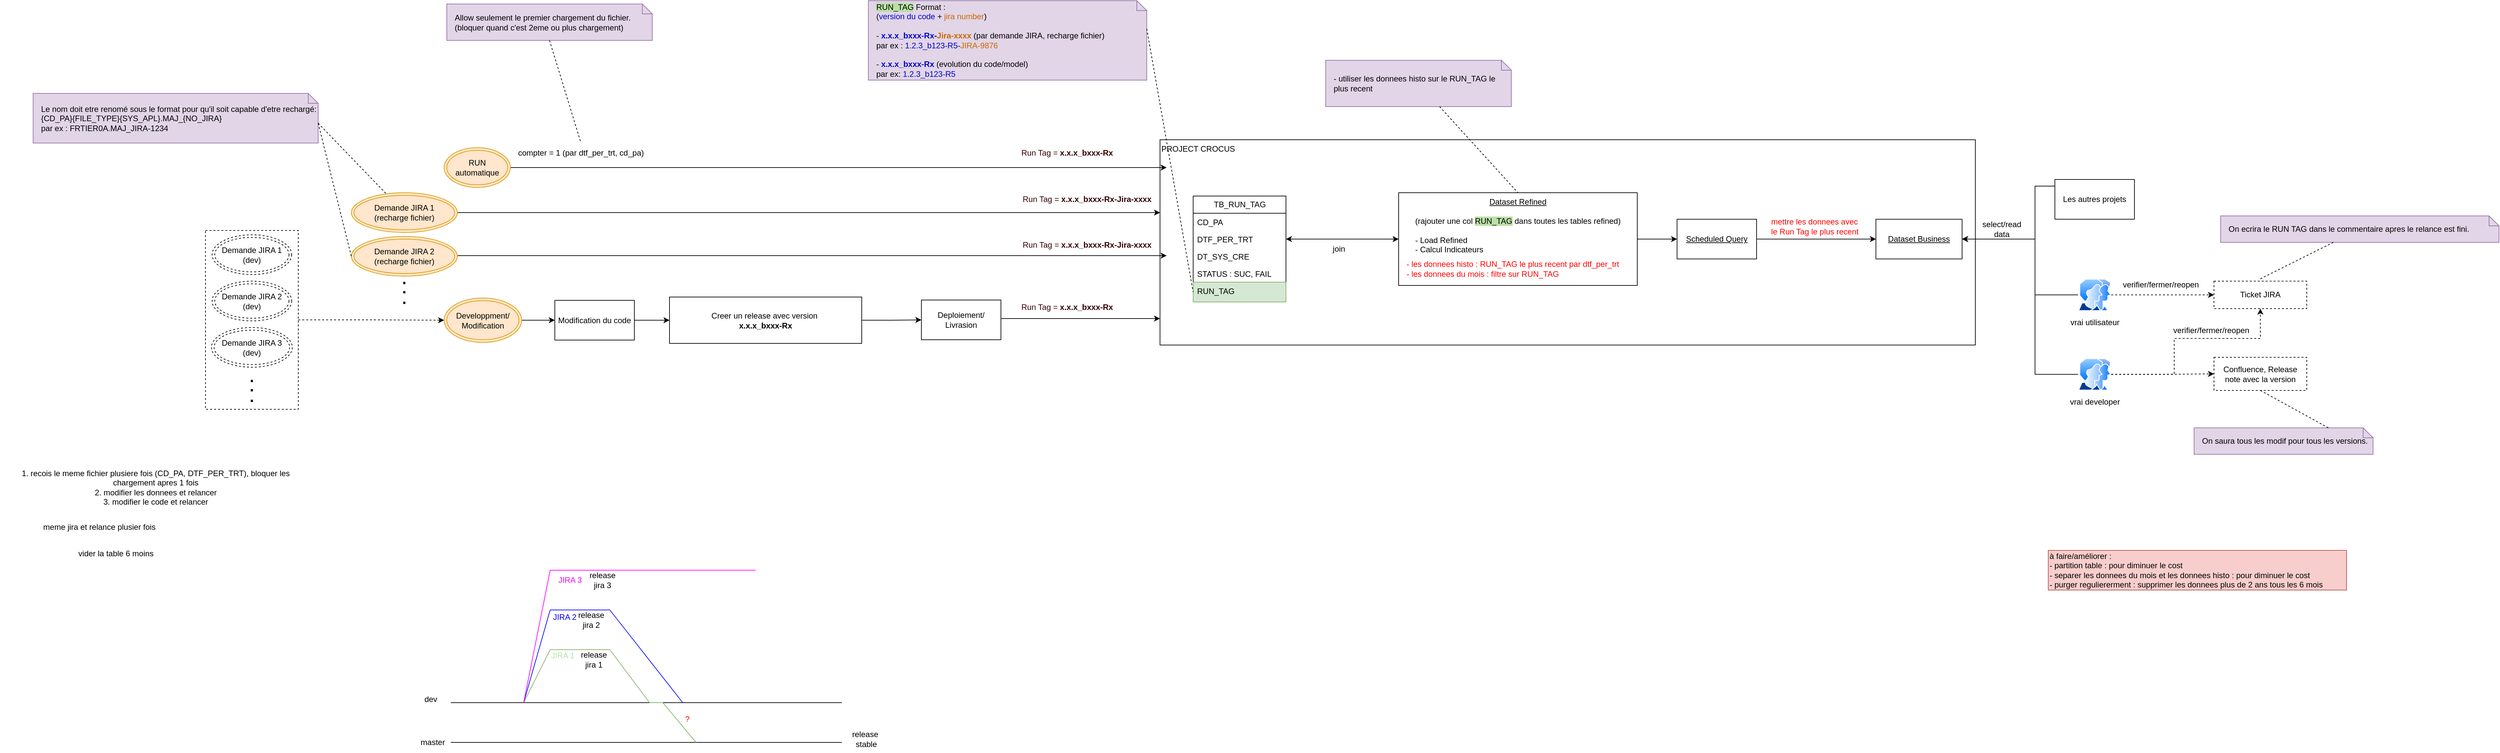
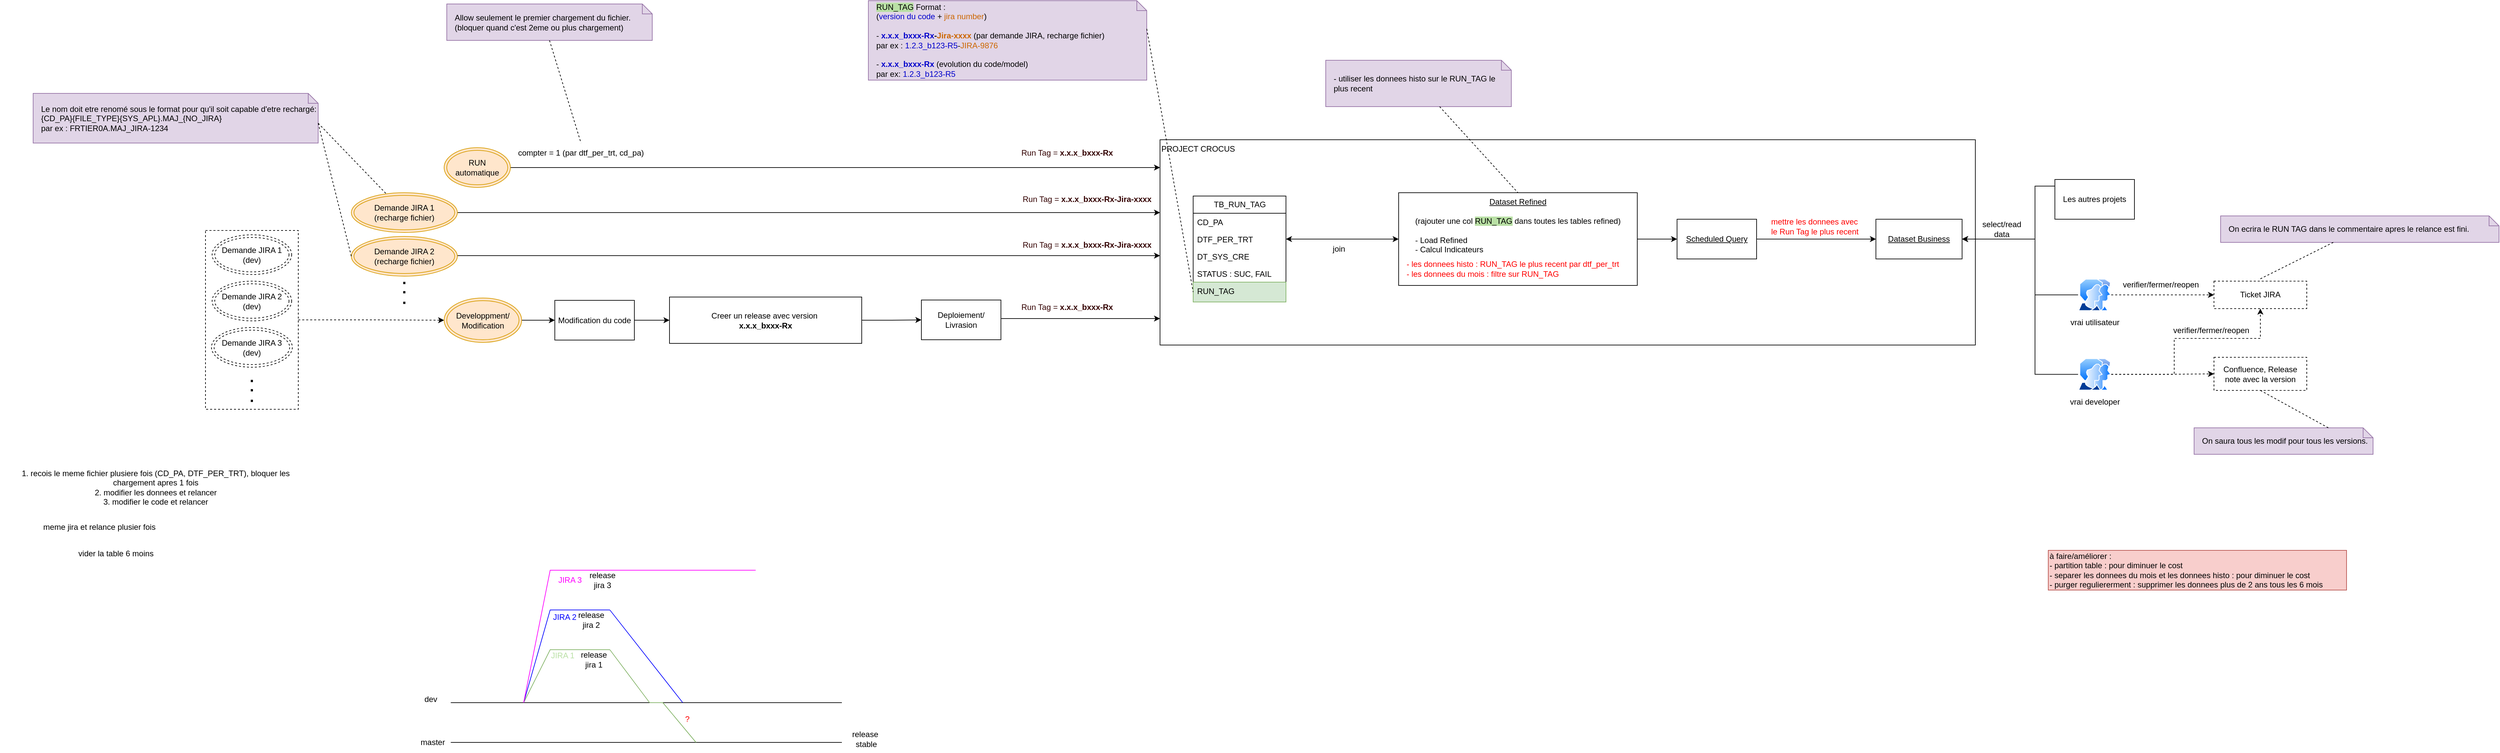
<mxfile host="app.diagrams.net">
  <diagram name="Page-1" id="bEAYSmEDHXBXhFzCy1HB">
    <mxGraphModel dx="3308" dy="2087" grid="1" gridSize="10" guides="1" tooltips="1" connect="1" arrows="1" fold="1" page="1" pageScale="1" pageWidth="827" pageHeight="1169" math="0" shadow="0">
      <root>
        <mxCell id="0" />
        <mxCell id="1" parent="0" />
        <mxCell id="cKu8MT6L8Fp_BZaxLZj7-22" edge="1" parent="1" source="cKu8MT6L8Fp_BZaxLZj7-16" style="edgeStyle=orthogonalEdgeStyle;rounded=0;orthogonalLoop=1;jettySize=auto;html=1;dashed=1;" target="QUzsFoNl6aFI_2ed8XXq-33">
          <mxGeometry relative="1" as="geometry">
            <Array as="points" />
            <mxPoint x="-937.4999999999995" y="382" as="sourcePoint" />
            <mxPoint x="-602.4999999999995" y="365" as="targetPoint" />
          </mxGeometry>
        </mxCell>
        <mxCell id="cKu8MT6L8Fp_BZaxLZj7-16" parent="1" style="rounded=0;whiteSpace=wrap;html=1;dashed=1;" value="" vertex="1">
          <mxGeometry height="270" width="140" x="-1070" y="247" as="geometry" />
        </mxCell>
        <mxCell id="QUzsFoNl6aFI_2ed8XXq-13" parent="1" style="rounded=0;whiteSpace=wrap;html=1;align=left;verticalAlign=top;" value="PROJECT CROCUS" vertex="1">
          <mxGeometry height="310" width="1230" x="370" y="110" as="geometry" />
        </mxCell>
        <mxCell id="QUzsFoNl6aFI_2ed8XXq-1" parent="1" style="swimlane;fontStyle=0;childLayout=stackLayout;horizontal=1;startSize=26;fillColor=none;horizontalStack=0;resizeParent=1;resizeParentMax=0;resizeLast=0;collapsible=1;marginBottom=0;html=1;" value="TB_RUN_TAG" vertex="1">
          <mxGeometry height="160" width="140" x="420" y="195" as="geometry" />
        </mxCell>
        <mxCell id="QUzsFoNl6aFI_2ed8XXq-2" parent="QUzsFoNl6aFI_2ed8XXq-1" style="text;strokeColor=none;fillColor=none;align=left;verticalAlign=top;spacingLeft=4;spacingRight=4;overflow=hidden;rotatable=0;points=[[0,0.5],[1,0.5]];portConstraint=eastwest;whiteSpace=wrap;html=1;" value="CD_PA" vertex="1">
          <mxGeometry height="26" width="140" y="26" as="geometry" />
        </mxCell>
        <mxCell id="QUzsFoNl6aFI_2ed8XXq-3" parent="QUzsFoNl6aFI_2ed8XXq-1" style="text;strokeColor=none;fillColor=none;align=left;verticalAlign=top;spacingLeft=4;spacingRight=4;overflow=hidden;rotatable=0;points=[[0,0.5],[1,0.5]];portConstraint=eastwest;whiteSpace=wrap;html=1;" value="DTF_PER_TRT" vertex="1">
          <mxGeometry height="26" width="140" y="52" as="geometry" />
        </mxCell>
        <mxCell id="QUzsFoNl6aFI_2ed8XXq-4" parent="QUzsFoNl6aFI_2ed8XXq-1" style="text;strokeColor=none;fillColor=none;align=left;verticalAlign=top;spacingLeft=4;spacingRight=4;overflow=hidden;rotatable=0;points=[[0,0.5],[1,0.5]];portConstraint=eastwest;whiteSpace=wrap;html=1;" value="DT_SYS_CRE" vertex="1">
          <mxGeometry height="26" width="140" y="78" as="geometry" />
        </mxCell>
        <mxCell id="QUzsFoNl6aFI_2ed8XXq-105" parent="QUzsFoNl6aFI_2ed8XXq-1" style="text;strokeColor=none;fillColor=none;align=left;verticalAlign=top;spacingLeft=4;spacingRight=4;overflow=hidden;rotatable=0;points=[[0,0.5],[1,0.5]];portConstraint=eastwest;whiteSpace=wrap;html=1;" value="STATUS : SUC, FAIL" vertex="1">
          <mxGeometry height="26" width="140" y="104" as="geometry" />
        </mxCell>
        <mxCell id="QUzsFoNl6aFI_2ed8XXq-5" parent="QUzsFoNl6aFI_2ed8XXq-1" style="text;strokeColor=#82b366;fillColor=#d5e8d4;align=left;verticalAlign=top;spacingLeft=4;spacingRight=4;overflow=hidden;rotatable=0;points=[[0,0.5],[1,0.5]];portConstraint=eastwest;whiteSpace=wrap;html=1;" value="RUN_TAG" vertex="1">
          <mxGeometry height="30" width="140" y="130" as="geometry" />
        </mxCell>
        <mxCell id="QUzsFoNl6aFI_2ed8XXq-7" parent="1" style="shape=note;size=15;align=left;spacingLeft=10;html=1;whiteSpace=wrap;fillColor=#e1d5e7;strokeColor=#9673a6;" value="&lt;span style=&quot;background-color: rgb(185, 224, 165);&quot;&gt;RUN_TAG&lt;/span&gt; Format :&amp;nbsp;&lt;div&gt;(&lt;font style=&quot;color: rgb(0, 0, 204);&quot;&gt;version du code&lt;/font&gt; +&lt;font style=&quot;color: rgb(204, 102, 0);&quot;&gt; &lt;font&gt;jira number&lt;/font&gt;&lt;/font&gt;)&lt;/div&gt;&lt;div&gt;&lt;br&gt;&lt;div&gt;- &lt;b&gt;&lt;font style=&quot;color: rgb(0, 0, 204);&quot;&gt;x.x.x_bxxx-Rx&lt;/font&gt;-&lt;font style=&quot;color: rgb(204, 102, 0);&quot;&gt;Jira-xxxx&lt;/font&gt;&lt;/b&gt; (par demande JIRA, recharge fichier)&amp;nbsp;&lt;/div&gt;&lt;div&gt;par ex : &lt;font style=&quot;color: rgb(0, 0, 204);&quot;&gt;1.2.3_b123-R5&lt;/font&gt;-&lt;font style=&quot;color: rgb(204, 102, 0);&quot;&gt;JIRA-9876&lt;/font&gt;&lt;/div&gt;&lt;div&gt;&lt;br&gt;&lt;/div&gt;&lt;div&gt;-&lt;b&gt; &lt;font style=&quot;color: rgb(0, 0, 204);&quot;&gt;x.x.x_bxxx-Rx&lt;/font&gt;&lt;/b&gt; (evolution du code/model)&lt;/div&gt;&lt;div&gt;&lt;span style=&quot;background-color: transparent; color: light-dark(rgb(0, 0, 0), rgb(255, 255, 255));&quot;&gt;par ex: &lt;/span&gt;&lt;span style=&quot;background-color: transparent;&quot;&gt;&lt;font style=&quot;color: light-dark(rgb(0, 0, 204), rgb(255, 255, 255));&quot;&gt;1.2.3_b123-R5&lt;/font&gt;&lt;/span&gt;&lt;/div&gt;&lt;/div&gt;" vertex="1">
          <mxGeometry height="120" width="420" x="-70" y="-100" as="geometry" />
        </mxCell>
        <mxCell id="QUzsFoNl6aFI_2ed8XXq-8" edge="1" parent="1" source="QUzsFoNl6aFI_2ed8XXq-7" style="edgeStyle=none;endArrow=none;exitX=0;exitY=0;dashed=1;html=1;rounded=0;entryX=0;entryY=0.5;entryDx=0;entryDy=0;exitDx=420;exitDy=42.5;exitPerimeter=0;" target="QUzsFoNl6aFI_2ed8XXq-5" value="">
          <mxGeometry relative="1" x="1" as="geometry">
            <mxPoint x="590" y="660" as="targetPoint" />
          </mxGeometry>
        </mxCell>
        <mxCell id="QUzsFoNl6aFI_2ed8XXq-10" parent="1" style="rounded=0;whiteSpace=wrap;html=1;dashed=1;" value="Confluence, Release note avec la v&lt;span style=&quot;background-color: transparent; color: light-dark(rgb(0, 0, 0), rgb(255, 255, 255));&quot;&gt;ersion&lt;/span&gt;" vertex="1">
          <mxGeometry height="50" width="140" x="1960" y="438.5" as="geometry" />
        </mxCell>
        <mxCell id="QUzsFoNl6aFI_2ed8XXq-11" parent="1" style="rounded=0;whiteSpace=wrap;html=1;dashed=1;" value="Ticket JIRA" vertex="1">
          <mxGeometry height="41.5" width="140" x="1960" y="323.5" as="geometry" />
        </mxCell>
        <mxCell id="QUzsFoNl6aFI_2ed8XXq-42" edge="1" parent="1" source="QUzsFoNl6aFI_2ed8XXq-12" style="edgeStyle=orthogonalEdgeStyle;rounded=0;orthogonalLoop=1;jettySize=auto;html=1;entryX=1;entryY=0.5;entryDx=0;entryDy=0;startArrow=classic;startFill=1;" target="QUzsFoNl6aFI_2ed8XXq-3">
          <mxGeometry relative="1" as="geometry" />
        </mxCell>
        <mxCell id="QUzsFoNl6aFI_2ed8XXq-50" edge="1" parent="1" source="QUzsFoNl6aFI_2ed8XXq-12" style="edgeStyle=orthogonalEdgeStyle;rounded=0;orthogonalLoop=1;jettySize=auto;html=1;" target="QUzsFoNl6aFI_2ed8XXq-46">
          <mxGeometry relative="1" as="geometry">
            <Array as="points" />
          </mxGeometry>
        </mxCell>
        <mxCell id="QUzsFoNl6aFI_2ed8XXq-12" parent="1" style="rounded=0;whiteSpace=wrap;html=1;verticalAlign=top;" value="&lt;u&gt;Dataset Refined&lt;/u&gt;&lt;div&gt;&lt;u&gt;&lt;br&gt;&lt;/u&gt;&lt;div&gt;(rajouter une col &lt;span style=&quot;background-color: rgb(185, 224, 165);&quot;&gt;RUN_TAG&lt;/span&gt;&lt;span&gt; &lt;/span&gt;dans toutes les tables refined)&lt;/div&gt;&lt;div&gt;&lt;br&gt;&lt;/div&gt;&lt;div style=&quot;text-align: left;&quot;&gt;- Load Refined&amp;nbsp; &amp;nbsp; &amp;nbsp; &amp;nbsp;&lt;/div&gt;&lt;div style=&quot;text-align: left;&quot;&gt;- Calcul Indicateurs&lt;/div&gt;&lt;/div&gt;" vertex="1">
          <mxGeometry height="140" width="360" x="730" y="190" as="geometry" />
        </mxCell>
        <mxCell id="QUzsFoNl6aFI_2ed8XXq-27" edge="1" parent="1" source="QUzsFoNl6aFI_2ed8XXq-33" style="edgeStyle=orthogonalEdgeStyle;rounded=0;orthogonalLoop=1;jettySize=auto;html=1;entryX=0;entryY=0.5;entryDx=0;entryDy=0;" target="QUzsFoNl6aFI_2ed8XXq-23">
          <mxGeometry relative="1" as="geometry">
            <mxPoint x="-740" y="198" as="sourcePoint" />
          </mxGeometry>
        </mxCell>
        <mxCell id="QUzsFoNl6aFI_2ed8XXq-19" parent="1" style="text;html=1;whiteSpace=wrap;strokeColor=none;fillColor=none;align=center;verticalAlign=middle;rounded=0;fontColor=#330000;" value="&lt;font style=&quot;&quot;&gt;Run Tag =&amp;nbsp;&lt;/font&gt;&lt;b style=&quot;text-align: left;&quot;&gt;x.x.x_bxxx-Rx-Jira-xxxx&lt;/b&gt;" vertex="1">
          <mxGeometry height="30" width="200" x="160" y="253.5" as="geometry" />
        </mxCell>
        <mxCell id="cKu8MT6L8Fp_BZaxLZj7-37" edge="1" parent="1" source="QUzsFoNl6aFI_2ed8XXq-23" style="edgeStyle=orthogonalEdgeStyle;rounded=0;orthogonalLoop=1;jettySize=auto;html=1;" target="QUzsFoNl6aFI_2ed8XXq-25">
          <mxGeometry relative="1" as="geometry" />
        </mxCell>
        <mxCell id="QUzsFoNl6aFI_2ed8XXq-23" parent="1" style="rounded=0;whiteSpace=wrap;html=1;" value="Modification du code" vertex="1">
          <mxGeometry height="60" width="120" x="-543" y="352.5" as="geometry" />
        </mxCell>
        <mxCell id="QUzsFoNl6aFI_2ed8XXq-31" edge="1" parent="1" source="QUzsFoNl6aFI_2ed8XXq-24" style="edgeStyle=orthogonalEdgeStyle;rounded=0;orthogonalLoop=1;jettySize=auto;html=1;" target="QUzsFoNl6aFI_2ed8XXq-13">
          <mxGeometry relative="1" as="geometry">
            <Array as="points">
              <mxPoint x="180" y="380" />
              <mxPoint x="180" y="380" />
            </Array>
            <mxPoint x="380" y="373" as="targetPoint" />
          </mxGeometry>
        </mxCell>
        <mxCell id="QUzsFoNl6aFI_2ed8XXq-24" parent="1" style="rounded=0;whiteSpace=wrap;html=1;" value="Deploiement/ Livrasion" vertex="1">
          <mxGeometry height="60" width="120" x="10" y="352" as="geometry" />
        </mxCell>
        <mxCell id="cKu8MT6L8Fp_BZaxLZj7-38" edge="1" parent="1" source="QUzsFoNl6aFI_2ed8XXq-25" style="edgeStyle=orthogonalEdgeStyle;rounded=0;orthogonalLoop=1;jettySize=auto;html=1;" target="QUzsFoNl6aFI_2ed8XXq-24">
          <mxGeometry relative="1" as="geometry" />
        </mxCell>
        <mxCell id="QUzsFoNl6aFI_2ed8XXq-25" parent="1" style="rounded=0;whiteSpace=wrap;html=1;" value="Creer un release avec version&amp;nbsp;&lt;div&gt;&lt;span style=&quot;text-align: left;&quot;&gt;&lt;b&gt;x.x.x_bxxx-Rx&lt;/b&gt;&lt;/span&gt;&lt;/div&gt;" vertex="1">
          <mxGeometry height="70" width="290" x="-370" y="347.5" as="geometry" />
        </mxCell>
        <mxCell id="QUzsFoNl6aFI_2ed8XXq-33" parent="1" style="ellipse;shape=doubleEllipse;whiteSpace=wrap;html=1;fillColor=#ffe6cc;strokeColor=#d79b00;" value="Developpment/&lt;div&gt;Modification&lt;/div&gt;" vertex="1">
          <mxGeometry height="67" width="117" x="-710" y="349" as="geometry" />
        </mxCell>
-         <mxCell id="cKu8MT6L8Fp_BZaxLZj7-5" edge="1" parent="1" style="edgeStyle=orthogonalEdgeStyle;rounded=0;orthogonalLoop=1;jettySize=auto;html=1;">
-           <mxGeometry relative="1" as="geometry">
-             <Array as="points">
-               <mxPoint x="-470" y="285" />
-               <mxPoint x="-470" y="285" />
+         <mxCell id="cKu8MT6L8Fp_BZaxLZj7-5" edge="1" parent="1" style="edgeStyle=orthogonalEdgeStyle;rounded=0;orthogonalLoop=1;jettySize=auto;html=1;" target="QUzsFoNl6aFI_2ed8XXq-13">
+           <mxGeometry relative="1" as="geometry">
+             <Array as="points">
+               <mxPoint x="110" y="285" />
+               <mxPoint x="110" y="285" />
            </Array>
            <mxPoint x="-690.0000000000005" y="285" as="sourcePoint" />
            <mxPoint x="380" y="285" as="targetPoint" />
          </mxGeometry>
        </mxCell>
        <mxCell id="QUzsFoNl6aFI_2ed8XXq-34" parent="1" style="ellipse;shape=doubleEllipse;whiteSpace=wrap;html=1;fillColor=#ffe6cc;strokeColor=#d79b00;" value="Demande JIRA 2&lt;div&gt;(recharge fichier)&lt;/div&gt;" vertex="1">
          <mxGeometry height="60" width="160" x="-850" y="256" as="geometry" />
        </mxCell>
-         <mxCell id="QUzsFoNl6aFI_2ed8XXq-36" edge="1" parent="1" source="QUzsFoNl6aFI_2ed8XXq-35" style="edgeStyle=orthogonalEdgeStyle;rounded=0;orthogonalLoop=1;jettySize=auto;html=1;">
-           <mxGeometry relative="1" as="geometry">
-             <Array as="points">
-               <mxPoint x="110" y="152" />
-               <mxPoint x="110" y="152" />
+         <mxCell id="QUzsFoNl6aFI_2ed8XXq-36" edge="1" parent="1" source="QUzsFoNl6aFI_2ed8XXq-35" style="edgeStyle=orthogonalEdgeStyle;rounded=0;orthogonalLoop=1;jettySize=auto;html=1;" target="QUzsFoNl6aFI_2ed8XXq-13">
+           <mxGeometry relative="1" as="geometry">
+             <Array as="points">
+               <mxPoint x="140" y="152" />
+               <mxPoint x="140" y="152" />
            </Array>
            <mxPoint x="380" y="152.0588235294117" as="targetPoint" />
          </mxGeometry>
        </mxCell>
        <mxCell id="QUzsFoNl6aFI_2ed8XXq-35" parent="1" style="ellipse;shape=doubleEllipse;whiteSpace=wrap;html=1;fillColor=#ffe6cc;strokeColor=#d79b00;" value="RUN automatique" vertex="1">
          <mxGeometry height="60" width="100" x="-710" y="122" as="geometry" />
        </mxCell>
        <mxCell id="QUzsFoNl6aFI_2ed8XXq-40" parent="1" style="shape=note;size=15;align=left;spacingLeft=10;html=1;whiteSpace=wrap;fillColor=#e1d5e7;strokeColor=#9673a6;" value="&lt;div&gt;- utiliser les donnees histo sur le RUN_TAG le plus recent&lt;/div&gt;" vertex="1">
          <mxGeometry height="70" width="280" x="620" y="-10" as="geometry" />
        </mxCell>
        <mxCell id="QUzsFoNl6aFI_2ed8XXq-41" edge="1" parent="1" source="QUzsFoNl6aFI_2ed8XXq-40" style="edgeStyle=none;endArrow=none;dashed=1;html=1;rounded=0;entryX=0.5;entryY=0;entryDx=0;entryDy=0;" target="QUzsFoNl6aFI_2ed8XXq-12" value="">
          <mxGeometry relative="1" x="1" as="geometry">
            <mxPoint x="720" y="650" as="sourcePoint" />
            <mxPoint x="772" y="500" as="targetPoint" />
          </mxGeometry>
        </mxCell>
        <mxCell id="QUzsFoNl6aFI_2ed8XXq-43" parent="1" style="text;html=1;whiteSpace=wrap;strokeColor=none;fillColor=none;align=left;verticalAlign=middle;rounded=0;" value="&lt;font style=&quot;color: rgb(255, 0, 0);&quot;&gt;- les donnees histo : RUN_TAG le plus recent par dtf_per_trt&lt;/font&gt;&lt;div&gt;&lt;font style=&quot;color: rgb(255, 0, 0);&quot;&gt;- les donnees du mois : f&lt;/font&gt;&lt;span style=&quot;color: light-dark(rgb(255, 0, 0), rgb(255, 144, 144)); background-color: transparent;&quot;&gt;iltre sur RUN_TAG&lt;/span&gt;&lt;/div&gt;" vertex="1">
          <mxGeometry height="30" width="370" x="740" y="290" as="geometry" />
        </mxCell>
        <mxCell id="QUzsFoNl6aFI_2ed8XXq-45" parent="1" style="rounded=0;whiteSpace=wrap;html=1;" value="&lt;u&gt;Dataset Business&lt;/u&gt;" vertex="1">
          <mxGeometry height="60" width="130" x="1450" y="230" as="geometry" />
        </mxCell>
        <mxCell id="QUzsFoNl6aFI_2ed8XXq-48" edge="1" parent="1" source="QUzsFoNl6aFI_2ed8XXq-46" style="edgeStyle=orthogonalEdgeStyle;rounded=0;orthogonalLoop=1;jettySize=auto;html=1;" target="QUzsFoNl6aFI_2ed8XXq-45">
          <mxGeometry relative="1" as="geometry" />
        </mxCell>
        <mxCell id="QUzsFoNl6aFI_2ed8XXq-46" parent="1" style="rounded=0;whiteSpace=wrap;html=1;" value="&lt;u&gt;Scheduled Query&lt;/u&gt;" vertex="1">
          <mxGeometry height="60" width="120" x="1150" y="230" as="geometry" />
        </mxCell>
        <mxCell id="QUzsFoNl6aFI_2ed8XXq-51" parent="1" style="text;html=1;whiteSpace=wrap;strokeColor=none;fillColor=none;align=left;verticalAlign=middle;rounded=0;fontColor=#FF0000;" value="mettre les donnees avec le Run Tag le plus recent" vertex="1">
          <mxGeometry height="30" width="140" x="1290" y="226" as="geometry" />
        </mxCell>
        <mxCell id="QUzsFoNl6aFI_2ed8XXq-59" edge="1" parent="1" source="QUzsFoNl6aFI_2ed8XXq-52" style="edgeStyle=orthogonalEdgeStyle;rounded=0;orthogonalLoop=1;jettySize=auto;html=1;entryX=1;entryY=0.5;entryDx=0;entryDy=0;" target="QUzsFoNl6aFI_2ed8XXq-45">
          <mxGeometry relative="1" as="geometry">
            <Array as="points">
              <mxPoint x="1690" y="180" />
              <mxPoint x="1690" y="260" />
            </Array>
          </mxGeometry>
        </mxCell>
        <mxCell id="QUzsFoNl6aFI_2ed8XXq-52" parent="1" style="rounded=0;whiteSpace=wrap;html=1;" value="Les autres projets" vertex="1">
          <mxGeometry height="60" width="120" x="1720" y="170" as="geometry" />
        </mxCell>
        <mxCell id="QUzsFoNl6aFI_2ed8XXq-58" edge="1" parent="1" source="QUzsFoNl6aFI_2ed8XXq-57" style="edgeStyle=orthogonalEdgeStyle;rounded=0;orthogonalLoop=1;jettySize=auto;html=1;entryX=1;entryY=0.5;entryDx=0;entryDy=0;" target="QUzsFoNl6aFI_2ed8XXq-45">
          <mxGeometry relative="1" as="geometry">
            <Array as="points">
              <mxPoint x="1690" y="344" />
              <mxPoint x="1690" y="260" />
            </Array>
          </mxGeometry>
        </mxCell>
        <mxCell id="QUzsFoNl6aFI_2ed8XXq-65" edge="1" parent="1" source="QUzsFoNl6aFI_2ed8XXq-57" style="edgeStyle=orthogonalEdgeStyle;rounded=0;orthogonalLoop=1;jettySize=auto;html=1;dashed=1;" target="QUzsFoNl6aFI_2ed8XXq-11">
          <mxGeometry relative="1" as="geometry" />
        </mxCell>
        <mxCell id="QUzsFoNl6aFI_2ed8XXq-57" parent="1" style="image;aspect=fixed;perimeter=ellipsePerimeter;html=1;align=center;shadow=0;dashed=0;spacingTop=3;image=img/lib/active_directory/user_accounts.svg;" value="vrai utilisateur" vertex="1">
          <mxGeometry height="48.5" width="50" x="1755" y="320" as="geometry" />
        </mxCell>
        <mxCell id="QUzsFoNl6aFI_2ed8XXq-60" parent="1" style="text;html=1;whiteSpace=wrap;strokeColor=none;fillColor=none;align=center;verticalAlign=middle;rounded=0;" value="select/read data" vertex="1">
          <mxGeometry height="30" width="60" x="1610" y="230" as="geometry" />
        </mxCell>
        <mxCell id="QUzsFoNl6aFI_2ed8XXq-63" edge="1" parent="1" source="QUzsFoNl6aFI_2ed8XXq-62" style="edgeStyle=orthogonalEdgeStyle;rounded=0;orthogonalLoop=1;jettySize=auto;html=1;entryX=1;entryY=0.5;entryDx=0;entryDy=0;" target="QUzsFoNl6aFI_2ed8XXq-45">
          <mxGeometry relative="1" as="geometry">
            <Array as="points">
              <mxPoint x="1690" y="464" />
              <mxPoint x="1690" y="260" />
            </Array>
          </mxGeometry>
        </mxCell>
        <mxCell id="QUzsFoNl6aFI_2ed8XXq-66" edge="1" parent="1" source="QUzsFoNl6aFI_2ed8XXq-62" style="edgeStyle=orthogonalEdgeStyle;rounded=0;orthogonalLoop=1;jettySize=auto;html=1;dashed=1;" target="QUzsFoNl6aFI_2ed8XXq-10">
          <mxGeometry relative="1" as="geometry" />
        </mxCell>
        <mxCell id="QUzsFoNl6aFI_2ed8XXq-68" edge="1" parent="1" source="QUzsFoNl6aFI_2ed8XXq-62" style="edgeStyle=orthogonalEdgeStyle;rounded=0;orthogonalLoop=1;jettySize=auto;html=1;entryX=0.5;entryY=1;entryDx=0;entryDy=0;dashed=1;" target="QUzsFoNl6aFI_2ed8XXq-11">
          <mxGeometry relative="1" as="geometry">
            <Array as="points">
              <mxPoint x="1900" y="464" />
              <mxPoint x="1900" y="410" />
              <mxPoint x="2030" y="410" />
            </Array>
          </mxGeometry>
        </mxCell>
        <mxCell id="QUzsFoNl6aFI_2ed8XXq-62" parent="1" style="image;aspect=fixed;perimeter=ellipsePerimeter;html=1;align=center;shadow=0;dashed=0;spacingTop=3;image=img/lib/active_directory/user_accounts.svg;" value="vrai developer" vertex="1">
          <mxGeometry height="48.5" width="50" x="1755" y="440" as="geometry" />
        </mxCell>
        <mxCell id="QUzsFoNl6aFI_2ed8XXq-69" parent="1" style="shape=note;size=15;align=left;spacingLeft=10;html=1;whiteSpace=wrap;fillColor=#e1d5e7;strokeColor=#9673a6;" value="On ecrira le RUN TAG dans le commentaire apres le relance est fini." vertex="1">
          <mxGeometry height="40" width="420" x="1970" y="225" as="geometry" />
        </mxCell>
        <mxCell id="QUzsFoNl6aFI_2ed8XXq-70" edge="1" parent="1" source="QUzsFoNl6aFI_2ed8XXq-69" style="edgeStyle=none;endArrow=none;dashed=1;html=1;rounded=0;" value="">
          <mxGeometry relative="1" x="1" as="geometry">
            <mxPoint x="970" y="210" as="sourcePoint" />
            <mxPoint x="2030" y="320" as="targetPoint" />
          </mxGeometry>
        </mxCell>
        <mxCell id="QUzsFoNl6aFI_2ed8XXq-71" parent="1" style="shape=note;size=15;align=left;spacingLeft=10;html=1;whiteSpace=wrap;fillColor=#e1d5e7;strokeColor=#9673a6;" value="On saura tous les modif pour tous les versions." vertex="1">
          <mxGeometry height="40" width="270" x="1930" y="545" as="geometry" />
        </mxCell>
        <mxCell id="QUzsFoNl6aFI_2ed8XXq-72" edge="1" parent="1" source="QUzsFoNl6aFI_2ed8XXq-71" style="edgeStyle=none;endArrow=none;dashed=1;html=1;rounded=0;entryX=0.5;entryY=1;entryDx=0;entryDy=0;exitX=0;exitY=0;exitDx=202.5;exitDy=0;exitPerimeter=0;" target="QUzsFoNl6aFI_2ed8XXq-10" value="">
          <mxGeometry relative="1" x="1" as="geometry">
            <mxPoint x="2180" y="470" as="sourcePoint" />
            <mxPoint x="2070" y="525" as="targetPoint" />
          </mxGeometry>
        </mxCell>
        <mxCell id="QUzsFoNl6aFI_2ed8XXq-74" parent="1" style="rounded=0;whiteSpace=wrap;html=1;align=left;fillColor=#f8cecc;strokeColor=#b85450;" value="à faire/améliorer :&lt;div&gt;- partition table : pour diminuer le cost&lt;/div&gt;&lt;div&gt;- separer les donnees du mois et les donnees histo&amp;nbsp;&lt;span style=&quot;background-color: transparent; color: light-dark(rgb(0, 0, 0), rgb(255, 255, 255));&quot;&gt;: pour diminuer le cost&lt;/span&gt;&lt;/div&gt;&lt;div&gt;&lt;span style=&quot;background-color: transparent; color: light-dark(rgb(0, 0, 0), rgb(255, 255, 255));&quot;&gt;- purger reguliererment : supprimer les donnees plus de 2 ans tous les 6 mois&lt;/span&gt;&lt;/div&gt;" vertex="1">
          <mxGeometry height="60" width="450" x="1710" y="730" as="geometry" />
        </mxCell>
        <mxCell id="QUzsFoNl6aFI_2ed8XXq-76" parent="1" style="text;html=1;whiteSpace=wrap;strokeColor=none;fillColor=none;align=center;verticalAlign=middle;rounded=0;" value="join" vertex="1">
          <mxGeometry height="30" width="60" x="610" y="260" as="geometry" />
        </mxCell>
        <mxCell id="QUzsFoNl6aFI_2ed8XXq-81" edge="1" parent="1" style="endArrow=none;html=1;rounded=0;" value="">
          <mxGeometry height="50" relative="1" width="50" as="geometry">
            <mxPoint x="-700" y="960" as="sourcePoint" />
            <mxPoint x="-110" y="960" as="targetPoint" />
          </mxGeometry>
        </mxCell>
        <mxCell id="QUzsFoNl6aFI_2ed8XXq-83" edge="1" parent="1" style="endArrow=none;html=1;rounded=0;fillColor=#d5e8d4;strokeColor=#82b366;" value="">
          <mxGeometry height="50" relative="1" width="50" as="geometry">
            <Array as="points">
              <mxPoint x="-550" y="880" />
            </Array>
            <mxPoint x="-590" y="960" as="sourcePoint" />
            <mxPoint x="-460" y="880" as="targetPoint" />
          </mxGeometry>
        </mxCell>
        <mxCell id="QUzsFoNl6aFI_2ed8XXq-84" parent="1" style="text;html=1;whiteSpace=wrap;strokeColor=none;fillColor=none;align=center;verticalAlign=middle;rounded=0;" value="dev" vertex="1">
          <mxGeometry height="30" width="60" x="-760" y="940" as="geometry" />
        </mxCell>
        <mxCell id="QUzsFoNl6aFI_2ed8XXq-85" edge="1" parent="1" style="endArrow=none;html=1;rounded=0;strokeColor=#0000FF;" value="">
          <mxGeometry height="50" relative="1" width="50" as="geometry">
            <Array as="points">
              <mxPoint x="-550" y="820" />
            </Array>
            <mxPoint x="-590" y="960" as="sourcePoint" />
            <mxPoint x="-460" y="820" as="targetPoint" />
          </mxGeometry>
        </mxCell>
        <mxCell id="QUzsFoNl6aFI_2ed8XXq-86" edge="1" parent="1" style="endArrow=none;html=1;rounded=0;strokeColor=#FF00FF;" value="">
          <mxGeometry height="50" relative="1" width="50" as="geometry">
            <Array as="points">
              <mxPoint x="-550" y="760" />
            </Array>
            <mxPoint x="-590" y="960" as="sourcePoint" />
            <mxPoint x="-240" y="760" as="targetPoint" />
          </mxGeometry>
        </mxCell>
        <mxCell id="QUzsFoNl6aFI_2ed8XXq-87" parent="1" style="text;html=1;whiteSpace=wrap;strokeColor=none;fillColor=none;align=center;verticalAlign=middle;rounded=0;fontColor=#B9E0A5;" value="JIRA 1" vertex="1">
          <mxGeometry height="30" width="60" x="-561" y="874" as="geometry" />
        </mxCell>
        <mxCell id="QUzsFoNl6aFI_2ed8XXq-88" parent="1" style="text;html=1;whiteSpace=wrap;strokeColor=none;fillColor=none;align=center;verticalAlign=middle;rounded=0;fontColor=#0000FF;" value="JIRA 2" vertex="1">
          <mxGeometry height="30" width="60" x="-558" y="816" as="geometry" />
        </mxCell>
        <mxCell id="QUzsFoNl6aFI_2ed8XXq-89" parent="1" style="text;html=1;whiteSpace=wrap;strokeColor=none;fillColor=none;align=center;verticalAlign=middle;rounded=0;fontColor=#FF00FF;" value="JIRA 3" vertex="1">
          <mxGeometry height="30" width="60" x="-550" y="760" as="geometry" />
        </mxCell>
        <mxCell id="QUzsFoNl6aFI_2ed8XXq-90" edge="1" parent="1" style="endArrow=none;html=1;rounded=0;" value="">
          <mxGeometry height="50" relative="1" width="50" as="geometry">
            <mxPoint x="-700" y="1020" as="sourcePoint" />
            <mxPoint x="-110" y="1020" as="targetPoint" />
          </mxGeometry>
        </mxCell>
        <mxCell id="QUzsFoNl6aFI_2ed8XXq-91" parent="1" style="text;html=1;whiteSpace=wrap;strokeColor=none;fillColor=none;align=center;verticalAlign=middle;rounded=0;" value="master" vertex="1">
          <mxGeometry height="30" width="60" x="-757" y="1005" as="geometry" />
        </mxCell>
        <mxCell id="QUzsFoNl6aFI_2ed8XXq-92" edge="1" parent="1" style="endArrow=none;html=1;rounded=0;fillColor=#d5e8d4;strokeColor=#82b366;" value="">
          <mxGeometry height="50" relative="1" width="50" as="geometry">
            <mxPoint x="-460" y="880" as="sourcePoint" />
            <mxPoint x="-400" y="960" as="targetPoint" />
          </mxGeometry>
        </mxCell>
        <mxCell id="QUzsFoNl6aFI_2ed8XXq-94" edge="1" parent="1" style="endArrow=none;html=1;rounded=0;strokeColor=#0000FF;" value="">
          <mxGeometry height="50" relative="1" width="50" as="geometry">
            <mxPoint x="-460" y="820" as="sourcePoint" />
            <mxPoint x="-350" y="960" as="targetPoint" />
          </mxGeometry>
        </mxCell>
        <mxCell id="QUzsFoNl6aFI_2ed8XXq-95" edge="1" parent="1" style="endArrow=none;html=1;rounded=0;fillColor=#d5e8d4;strokeColor=#82b366;" value="">
          <mxGeometry height="50" relative="1" width="50" as="geometry">
            <mxPoint x="-380" y="960" as="sourcePoint" />
            <mxPoint x="-330" y="1020" as="targetPoint" />
          </mxGeometry>
        </mxCell>
        <mxCell id="QUzsFoNl6aFI_2ed8XXq-96" edge="1" parent="1" style="endArrow=none;html=1;rounded=0;fillColor=#d5e8d4;strokeColor=#82b366;" value="">
          <mxGeometry height="50" relative="1" width="50" as="geometry">
            <mxPoint x="-400" y="960" as="sourcePoint" />
            <mxPoint x="-380" y="960" as="targetPoint" />
          </mxGeometry>
        </mxCell>
        <mxCell id="QUzsFoNl6aFI_2ed8XXq-98" parent="1" style="text;html=1;whiteSpace=wrap;strokeColor=none;fillColor=none;align=center;verticalAlign=middle;rounded=0;" value="release jira 2" vertex="1">
          <mxGeometry height="30" width="60" x="-518" y="820" as="geometry" />
        </mxCell>
        <mxCell id="QUzsFoNl6aFI_2ed8XXq-99" parent="1" style="text;html=1;whiteSpace=wrap;strokeColor=none;fillColor=none;align=center;verticalAlign=middle;rounded=0;" value="release jira 1" vertex="1">
          <mxGeometry height="30" width="60" x="-514" y="880" as="geometry" />
        </mxCell>
        <mxCell id="QUzsFoNl6aFI_2ed8XXq-100" parent="1" style="text;html=1;whiteSpace=wrap;strokeColor=none;fillColor=none;align=center;verticalAlign=middle;rounded=0;" value="release jira 3" vertex="1">
          <mxGeometry height="30" width="60" x="-501" y="760" as="geometry" />
        </mxCell>
        <mxCell id="QUzsFoNl6aFI_2ed8XXq-101" parent="1" style="text;html=1;whiteSpace=wrap;strokeColor=none;fillColor=none;align=center;verticalAlign=middle;rounded=0;" value="release&amp;nbsp; stable" vertex="1">
          <mxGeometry height="30" width="60" x="-103" y="1000" as="geometry" />
        </mxCell>
        <mxCell id="QUzsFoNl6aFI_2ed8XXq-103" parent="1" style="text;html=1;whiteSpace=wrap;strokeColor=none;fillColor=none;align=center;verticalAlign=middle;rounded=0;fontColor=#FF0000;" value="?" vertex="1">
          <mxGeometry height="30" width="60" x="-373" y="970" as="geometry" />
        </mxCell>
        <mxCell id="QUzsFoNl6aFI_2ed8XXq-104" parent="1" style="text;html=1;whiteSpace=wrap;strokeColor=none;fillColor=none;align=center;verticalAlign=middle;rounded=0;" value="compter = 1 (par dtf_per_trt, cd_pa)" vertex="1">
          <mxGeometry height="30" width="227" x="-617" y="115" as="geometry" />
        </mxCell>
        <mxCell id="QUzsFoNl6aFI_2ed8XXq-106" parent="1" style="text;html=1;whiteSpace=wrap;strokeColor=none;fillColor=none;align=center;verticalAlign=middle;rounded=0;" value="1. recois le meme fichier plusiere fois (CD_PA, DTF_PER_TRT), bloquer les chargement apres 1 fois&lt;div&gt;2. modifier les donnees et relancer&lt;/div&gt;&lt;div&gt;3. modifier le code et relancer&lt;/div&gt;" vertex="1">
          <mxGeometry height="30" width="470" x="-1380" y="620" as="geometry" />
        </mxCell>
        <mxCell id="QUzsFoNl6aFI_2ed8XXq-107" parent="1" style="text;html=1;whiteSpace=wrap;strokeColor=none;fillColor=none;align=center;verticalAlign=middle;rounded=0;" value="meme jira et relance plusier fois" vertex="1">
          <mxGeometry height="30" width="240" x="-1350" y="680" as="geometry" />
        </mxCell>
        <mxCell id="QUzsFoNl6aFI_2ed8XXq-108" parent="1" style="text;html=1;whiteSpace=wrap;strokeColor=none;fillColor=none;align=center;verticalAlign=middle;rounded=0;" value="vider la table 6 moins" vertex="1">
          <mxGeometry height="30" width="170" x="-1290" y="720" as="geometry" />
        </mxCell>
        <mxCell id="cKu8MT6L8Fp_BZaxLZj7-1" parent="1" style="shape=note;size=15;align=left;spacingLeft=10;html=1;whiteSpace=wrap;fillColor=#e1d5e7;strokeColor=#9673a6;labelBackgroundColor=none;" value="&lt;span style=&quot;&quot;&gt;Allow seulement le premier chargement du fichier.&lt;br&gt;(bloquer quand c&#39;est 2eme ou plus chargement)&lt;/span&gt;" vertex="1">
          <mxGeometry height="55" width="310" x="-706" y="-95" as="geometry" />
        </mxCell>
        <mxCell id="cKu8MT6L8Fp_BZaxLZj7-2" edge="1" parent="1" source="cKu8MT6L8Fp_BZaxLZj7-1" style="edgeStyle=none;endArrow=none;exitX=0.5;exitY=1;dashed=1;html=1;rounded=0;entryX=0.5;entryY=0;entryDx=0;entryDy=0;exitDx=0;exitDy=0;exitPerimeter=0;" target="QUzsFoNl6aFI_2ed8XXq-104" value="">
          <mxGeometry relative="1" x="1" as="geometry">
            <mxPoint x="590" y="300" as="sourcePoint" />
            <mxPoint x="680" y="507" as="targetPoint" />
          </mxGeometry>
        </mxCell>
        <mxCell id="cKu8MT6L8Fp_BZaxLZj7-3" parent="1" style="ellipse;shape=doubleEllipse;whiteSpace=wrap;html=1;dashed=1;" value="Demande JIRA 1&lt;div&gt;(dev)&lt;/div&gt;" vertex="1">
          <mxGeometry height="60" width="120" x="-1060" y="253.5" as="geometry" />
        </mxCell>
        <mxCell id="cKu8MT6L8Fp_BZaxLZj7-7" parent="1" style="text;html=1;whiteSpace=wrap;strokeColor=none;fillColor=none;align=center;verticalAlign=middle;rounded=0;fontColor=#330000;" value="&lt;font style=&quot;&quot;&gt;Run Tag =&amp;nbsp;&lt;b style=&quot;text-align: left;&quot;&gt;x.x.x_bxxx-Rx&lt;/b&gt;&lt;/font&gt;" vertex="1">
          <mxGeometry height="30" width="200" x="130" y="115" as="geometry" />
        </mxCell>
        <mxCell id="cKu8MT6L8Fp_BZaxLZj7-11" parent="1" style="shape=note;size=15;align=left;spacingLeft=10;html=1;whiteSpace=wrap;fillColor=#e1d5e7;strokeColor=#9673a6;labelBackgroundColor=none;" value="&lt;span style=&quot;&quot;&gt;Le nom doit etre renomé sous le format pour qu&#39;il soit capable d&#39;etre rechargé:&lt;br&gt;{CD_PA}{FILE_TYPE}{SYS_APL}.MAJ_{NO_JIRA}&lt;/span&gt;&lt;div&gt;&lt;span style=&quot;&quot;&gt;par ex : FRTIER0A.MAJ_JIRA-1234&lt;/span&gt;&lt;/div&gt;" vertex="1">
          <mxGeometry height="75" width="430" x="-1330" y="40" as="geometry" />
        </mxCell>
        <mxCell id="cKu8MT6L8Fp_BZaxLZj7-14" parent="1" style="ellipse;shape=doubleEllipse;whiteSpace=wrap;html=1;dashed=1;" value="Demande JIRA 2&lt;div&gt;(dev)&lt;/div&gt;" vertex="1">
          <mxGeometry height="60" width="120" x="-1060" y="323.5" as="geometry" />
        </mxCell>
        <mxCell id="cKu8MT6L8Fp_BZaxLZj7-15" parent="1" style="ellipse;shape=doubleEllipse;whiteSpace=wrap;html=1;dashed=1;" value="Demande JIRA 3&lt;div&gt;(dev)&lt;/div&gt;" vertex="1">
          <mxGeometry height="60" width="122" x="-1061" y="393.5" as="geometry" />
        </mxCell>
        <mxCell id="cKu8MT6L8Fp_BZaxLZj7-19" parent="1" style="text;html=1;whiteSpace=wrap;strokeColor=none;fillColor=none;align=center;verticalAlign=middle;rounded=0;fontSize=23;fontStyle=1" value="." vertex="1">
          <mxGeometry height="30" width="60" x="-1030" y="453.25" as="geometry" />
        </mxCell>
        <mxCell id="cKu8MT6L8Fp_BZaxLZj7-20" parent="1" style="text;html=1;whiteSpace=wrap;strokeColor=none;fillColor=none;align=center;verticalAlign=middle;rounded=0;fontSize=23;fontStyle=1" value="." vertex="1">
          <mxGeometry height="30" width="60" x="-1030" y="467" as="geometry" />
        </mxCell>
        <mxCell id="cKu8MT6L8Fp_BZaxLZj7-21" parent="1" style="text;html=1;whiteSpace=wrap;strokeColor=none;fillColor=none;align=center;verticalAlign=middle;rounded=0;fontSize=23;fontStyle=1" value="." vertex="1">
          <mxGeometry height="30" width="60" x="-1030" y="483.25" as="geometry" />
        </mxCell>
        <mxCell id="cKu8MT6L8Fp_BZaxLZj7-24" edge="1" parent="1" source="cKu8MT6L8Fp_BZaxLZj7-23" style="edgeStyle=orthogonalEdgeStyle;rounded=0;orthogonalLoop=1;jettySize=auto;html=1;" target="QUzsFoNl6aFI_2ed8XXq-13">
          <mxGeometry relative="1" as="geometry">
            <Array as="points">
              <mxPoint x="120" y="220" />
              <mxPoint x="120" y="220" />
            </Array>
          </mxGeometry>
        </mxCell>
        <mxCell id="cKu8MT6L8Fp_BZaxLZj7-23" parent="1" style="ellipse;shape=doubleEllipse;whiteSpace=wrap;html=1;fillColor=#ffe6cc;strokeColor=#d79b00;" value="Demande JIRA 1&lt;div&gt;(recharge fichier)&lt;/div&gt;" vertex="1">
          <mxGeometry height="60" width="160" x="-850" y="190" as="geometry" />
        </mxCell>
        <mxCell id="cKu8MT6L8Fp_BZaxLZj7-25" edge="1" parent="1" source="cKu8MT6L8Fp_BZaxLZj7-11" style="edgeStyle=none;endArrow=none;exitX=0;exitY=0;dashed=1;html=1;rounded=0;exitDx=430;exitDy=45;exitPerimeter=0;" target="cKu8MT6L8Fp_BZaxLZj7-23" value="">
          <mxGeometry relative="1" x="1" as="geometry">
            <mxPoint x="-520" y="10" as="sourcePoint" />
            <mxPoint x="-490" y="150" as="targetPoint" />
          </mxGeometry>
        </mxCell>
        <mxCell id="cKu8MT6L8Fp_BZaxLZj7-26" edge="1" parent="1" source="cKu8MT6L8Fp_BZaxLZj7-11" style="edgeStyle=none;endArrow=none;exitX=0;exitY=0;dashed=1;html=1;rounded=0;exitDx=430;exitDy=45;exitPerimeter=0;entryX=0;entryY=0.5;entryDx=0;entryDy=0;" target="QUzsFoNl6aFI_2ed8XXq-34" value="">
          <mxGeometry relative="1" x="1" as="geometry">
            <mxPoint x="-900" y="200" as="sourcePoint" />
            <mxPoint x="-801" y="244" as="targetPoint" />
          </mxGeometry>
        </mxCell>
        <mxCell id="cKu8MT6L8Fp_BZaxLZj7-27" parent="1" style="text;html=1;whiteSpace=wrap;strokeColor=none;fillColor=none;align=center;verticalAlign=middle;rounded=0;fontSize=23;fontStyle=1" value="." vertex="1">
          <mxGeometry height="30" width="60" x="-800" y="305" as="geometry" />
        </mxCell>
        <mxCell id="cKu8MT6L8Fp_BZaxLZj7-28" parent="1" style="text;html=1;whiteSpace=wrap;strokeColor=none;fillColor=none;align=center;verticalAlign=middle;rounded=0;fontSize=23;fontStyle=1" value="." vertex="1">
          <mxGeometry height="30" width="60" x="-800" y="335" as="geometry" />
        </mxCell>
        <mxCell id="cKu8MT6L8Fp_BZaxLZj7-29" parent="1" style="text;html=1;whiteSpace=wrap;strokeColor=none;fillColor=none;align=center;verticalAlign=middle;rounded=0;fontSize=23;fontStyle=1" value="." vertex="1">
          <mxGeometry height="30" width="60" x="-800" y="318.5" as="geometry" />
        </mxCell>
        <mxCell id="cKu8MT6L8Fp_BZaxLZj7-31" parent="1" style="text;html=1;whiteSpace=wrap;strokeColor=none;fillColor=none;align=center;verticalAlign=middle;rounded=0;fontColor=#330000;" value="&lt;font style=&quot;&quot;&gt;Run Tag =&amp;nbsp;&lt;/font&gt;&lt;b style=&quot;text-align: left;&quot;&gt;x.x.x_bxxx-Rx-Jira-xxxx&lt;/b&gt;" vertex="1">
          <mxGeometry height="30" width="200" x="160" y="185" as="geometry" />
        </mxCell>
        <mxCell id="cKu8MT6L8Fp_BZaxLZj7-33" parent="1" style="text;html=1;whiteSpace=wrap;strokeColor=none;fillColor=none;align=center;verticalAlign=middle;rounded=0;fontColor=#330000;" value="&lt;font style=&quot;&quot;&gt;Run Tag =&amp;nbsp;&lt;b style=&quot;text-align: left;&quot;&gt;x.x.x_bxxx-Rx&lt;/b&gt;&lt;/font&gt;" vertex="1">
          <mxGeometry height="30" width="200" x="130" y="347.5" as="geometry" />
        </mxCell>
        <mxCell id="cKu8MT6L8Fp_BZaxLZj7-39" parent="1" style="text;html=1;whiteSpace=wrap;strokeColor=none;fillColor=none;align=center;verticalAlign=middle;rounded=0;" value="verifier/fermer/reopen" vertex="1">
          <mxGeometry height="30" width="60" x="1850" y="313.5" as="geometry" />
        </mxCell>
        <mxCell id="cKu8MT6L8Fp_BZaxLZj7-40" parent="1" style="text;html=1;whiteSpace=wrap;strokeColor=none;fillColor=none;align=center;verticalAlign=middle;rounded=0;" value="verifier/fermer/reopen" vertex="1">
          <mxGeometry height="30" width="60" x="1926" y="382.5" as="geometry" />
        </mxCell>
      </root>
    </mxGraphModel>
  </diagram>
</mxfile>
